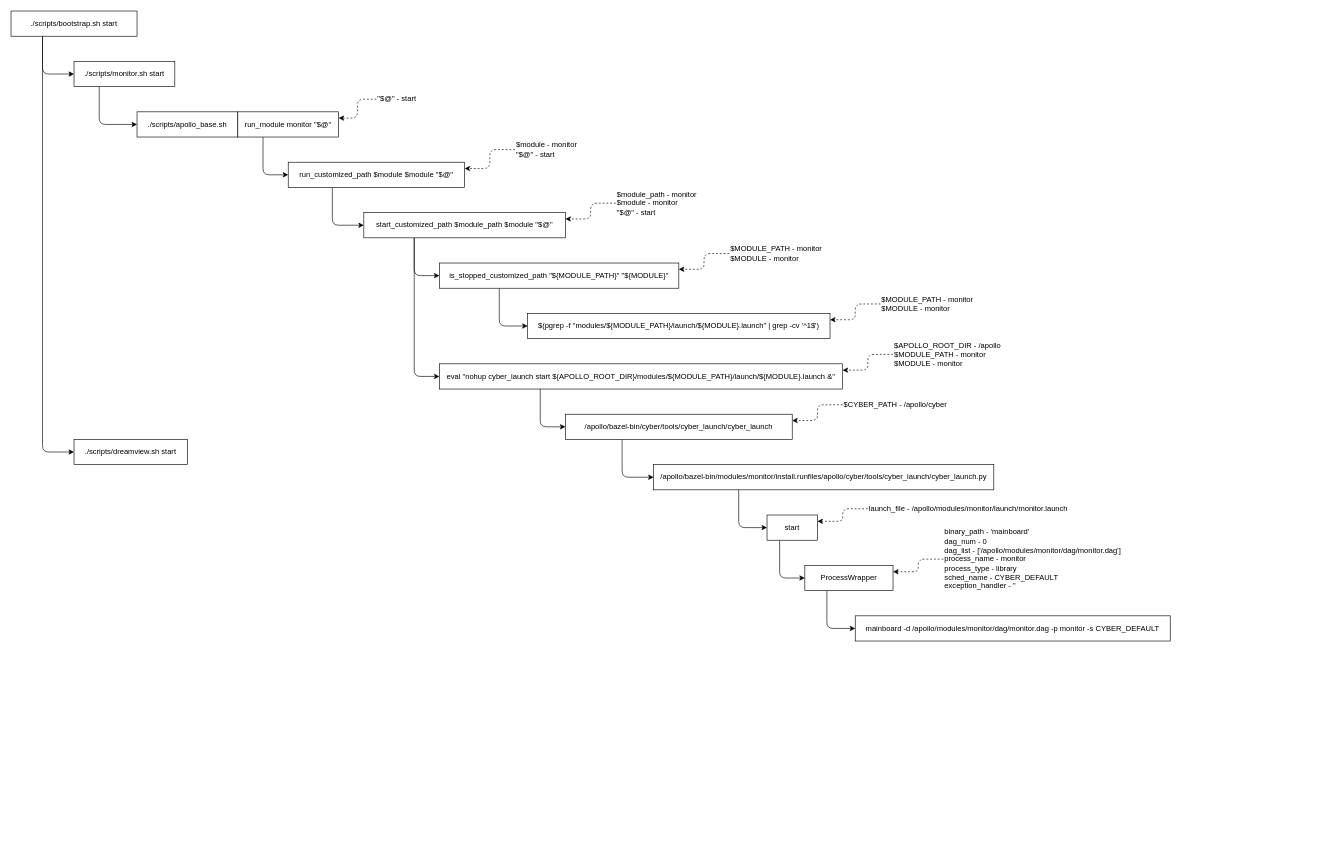
This is self_driving/apollo/v7.0.0/apollo.drawio from popany/notes, a draw.io file, before an edit. Source tidied: cells renumbered, new cells numbered last; positions are measured from the earlier drawing's top-left corner, leaving out a move shared by most shapes. Both pictures are drawn from the tidied source at 63%, with x=0, y=0 at pixel (11, 11).
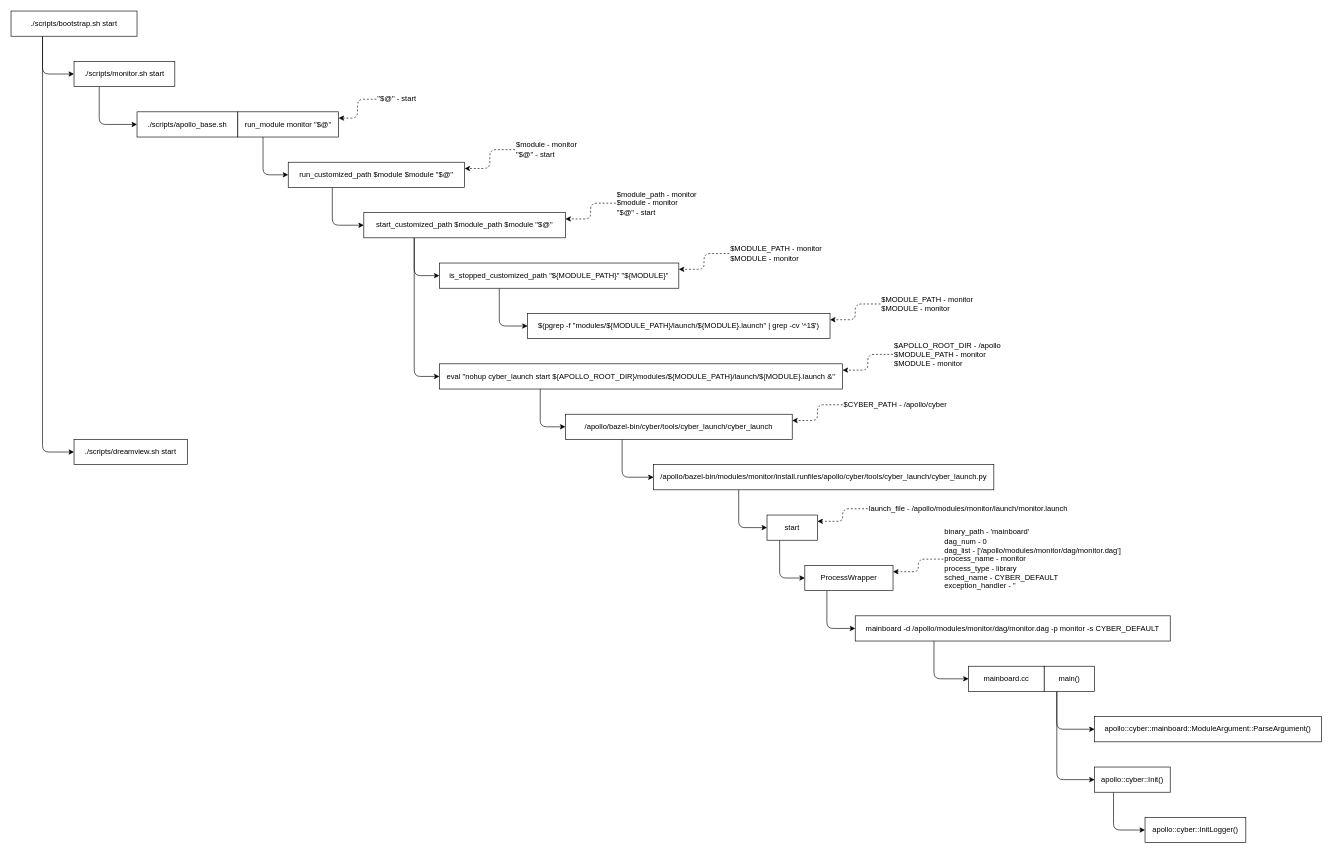
After the change.

The change refers to these unchanged cells:
```xml
<mxCell id="48" value="&lt;div style=&quot;text-align: left&quot;&gt;mainboard -d /apollo/modules/monitor/dag/monitor.dag -p monitor -s CYBER_DEFAULT&lt;br&gt;&lt;/div&gt;" style="rounded=0;whiteSpace=wrap;html=1;" parent="1" vertex="1">
  <mxGeometry x="1340" y="960" width="500" height="40" as="geometry" />
</mxCell>
```

Change to the diagram source:
```diff
@@
+    <mxCell id="49" style="edgeStyle=orthogonalEdgeStyle;html=1;exitX=0.25;exitY=1;exitDx=0;exitDy=0;entryX=0;entryY=0.5;entryDx=0;entryDy=0;" parent="1" edge="1" source="48" target="50">
+      <mxGeometry relative="1" as="geometry">
+        <Array as="points">
+          <mxPoint x="1465" y="1060" />
+        </Array>
+      </mxGeometry>
+    </mxCell>
@@
+    <mxCell id="50" value="&lt;div style=&quot;text-align: left&quot;&gt;mainboard.cc&lt;br&gt;&lt;/div&gt;" style="rounded=0;whiteSpace=wrap;html=1;" parent="1" vertex="1">
+      <mxGeometry x="1520" y="1040" width="120" height="40" as="geometry" />
+    </mxCell>
+    <mxCell id="51" style="edgeStyle=orthogonalEdgeStyle;html=1;exitX=0.25;exitY=1;exitDx=0;exitDy=0;entryX=0;entryY=0.5;entryDx=0;entryDy=0;" parent="1" edge="1" source="53" target="54">
+      <mxGeometry relative="1" as="geometry" />
+    </mxCell>
+    <mxCell id="52" style="edgeStyle=orthogonalEdgeStyle;html=1;exitX=0.25;exitY=1;exitDx=0;exitDy=0;entryX=0;entryY=0.5;entryDx=0;entryDy=0;" parent="1" edge="1" source="53" target="56">
+      <mxGeometry relative="1" as="geometry" />
+    </mxCell>
+    <mxCell id="53" value="&lt;div style=&quot;text-align: left&quot;&gt;main()&lt;br&gt;&lt;/div&gt;" style="rounded=0;whiteSpace=wrap;html=1;" parent="1" vertex="1">
+      <mxGeometry x="1640" y="1040" width="80" height="40" as="geometry" />
+    </mxCell>
+    <mxCell id="54" value="&lt;div style=&quot;text-align: left&quot;&gt;apollo::cyber::mainboard::ModuleArgument::ParseArgument()&lt;br&gt;&lt;/div&gt;" style="rounded=0;whiteSpace=wrap;html=1;" parent="1" vertex="1">
+      <mxGeometry x="1720" y="1120" width="360" height="40" as="geometry" />
+    </mxCell>
+    <mxCell id="55" style="edgeStyle=orthogonalEdgeStyle;html=1;exitX=0.25;exitY=1;exitDx=0;exitDy=0;entryX=0;entryY=0.5;entryDx=0;entryDy=0;" parent="1" edge="1" source="56" target="57">
+      <mxGeometry relative="1" as="geometry" />
+    </mxCell>
+    <mxCell id="56" value="&lt;div style=&quot;text-align: left&quot;&gt;apollo::cyber::Init()&lt;br&gt;&lt;/div&gt;" style="rounded=0;whiteSpace=wrap;html=1;" parent="1" vertex="1">
+      <mxGeometry x="1720" y="1200" width="120" height="40" as="geometry" />
+    </mxCell>
+    <mxCell id="57" value="&lt;div style=&quot;text-align: left&quot;&gt;apollo::cyber::InitLogger()&lt;br&gt;&lt;/div&gt;" style="rounded=0;whiteSpace=wrap;html=1;" parent="1" vertex="1">
+      <mxGeometry x="1800" y="1280" width="160" height="40" as="geometry" />
+    </mxCell>
```
